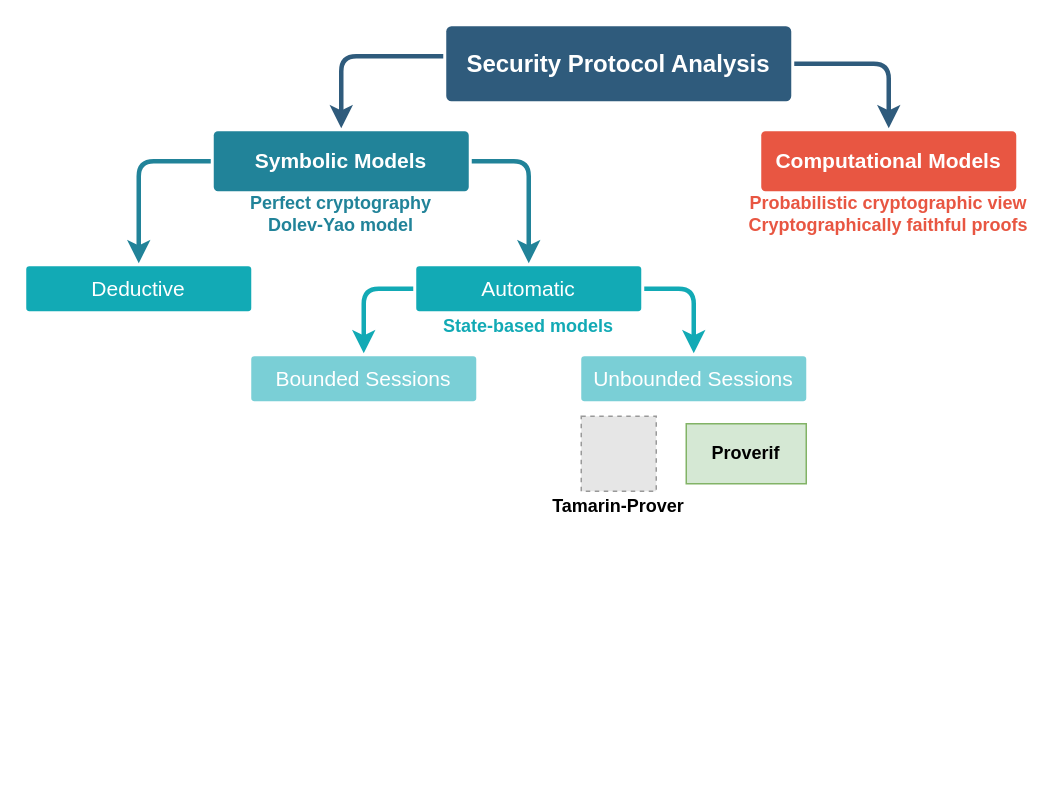
The draw.io diagram images_source/symbolic-computational-model.drawio in AlessandroZanatta/Bachelor-Thesis, before the edit. Source tidied: cells renumbered, new cells numbered last; positions are measured from the earlier drawing's top-left corner, leaving out a move shared by most shapes. Both pictures are drawn from the tidied source at 150%, with x=0, y=0 at pixel (26, 26). Pictures stored in the file or linked from it are replaced by grey dashed boxes.
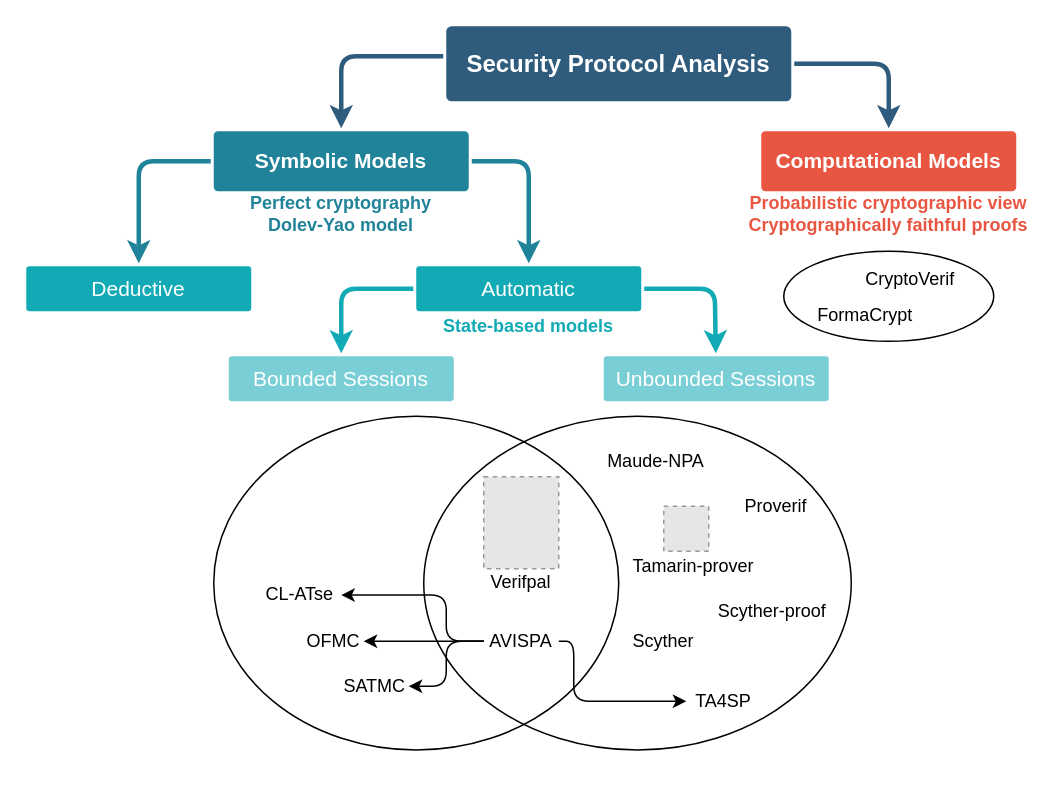
After the change.

Commit message (it also covers changes not shown here):
Modified chapters order, modified figure 2.1, started writing description of MTProto2.0 (authorization protocol rounds)

Unchanged cells that the change refers to:
```xml
<mxCell id="8" value="Automatic" style="rounded=1;whiteSpace=wrap;html=1;shadow=0;labelBackgroundColor=none;strokeColor=none;strokeWidth=3;fontFamily=Helvetica;fontSize=14;fontColor=#FFFFFF;align=center;spacing=5;fontStyle=0;arcSize=7;perimeterSpacing=2;fillColor=#12AAB5;" parent="1" vertex="1">
  <mxGeometry x="260" y="160" width="150" height="30" as="geometry" />
</mxCell>
<mxCell id="10" value="Computational Models" style="rounded=1;whiteSpace=wrap;html=1;shadow=0;labelBackgroundColor=none;strokeColor=none;strokeWidth=3;fontFamily=Helvetica;fontSize=14;fontColor=#FFFFFF;align=center;spacing=5;fontStyle=1;arcSize=7;perimeterSpacing=2;fillColor=#E85642;" parent="1" vertex="1">
  <mxGeometry x="490" y="70" width="170" height="40" as="geometry" />
</mxCell>
```

What changed in the source:
```diff
@@
+    <mxCell id="21" style="edgeStyle=orthogonalEdgeStyle;jettySize=auto;html=1;exitX=0;exitY=0.5;exitDx=0;exitDy=0;entryX=1;entryY=0.5;entryDx=0;entryDy=0;fontSize=10;curved=1;strokeColor=none;" parent="1" edge="1" source="10">
+      <mxGeometry relative="1" as="geometry">
+        <mxPoint x="457.5" y="75" as="targetPoint" />
+        <Array as="points">
+          <mxPoint x="475" y="90" />
+          <mxPoint x="475" y="75" />
+        </Array>
+      </mxGeometry>
+    </mxCell>
@@
     <mxCell id="13" style="edgeStyle=none;rounded=1;jumpStyle=none;html=1;shadow=0;labelBackgroundColor=none;startArrow=none;startFill=0;jettySize=auto;strokeWidth=3;fontFamily=Helvetica;fontSize=14;fontColor=#FFFFFF;spacing=5;fontStyle=1;fillColor=#b0e3e6;exitX=1;exitY=0.5;exitDx=0;exitDy=0;strokeColor=#12AAB5;" parent="1" edge="1" source="8" target="14">
       <mxGeometry relative="1" as="geometry">
         <Array as="points">
-          <mxPoint x="445" y="175" />
+          <mxPoint x="459" y="175" />
         </Array>
       </mxGeometry>
     </mxCell>
     <mxCell id="14" value="Unbounded Sessions" style="rounded=1;whiteSpace=wrap;html=1;shadow=0;labelBackgroundColor=none;strokeColor=none;strokeWidth=3;fontFamily=Helvetica;fontSize=14;fontColor=#FFFFFF;align=center;spacing=5;fontStyle=0;arcSize=7;perimeterSpacing=2;fillColor=#7ACFD6;" parent="1" vertex="1">
-      <mxGeometry x="370" y="220" width="150" height="30" as="geometry" />
+      <mxGeometry x="385" y="220" width="150" height="30" as="geometry" />
     </mxCell>
     <mxCell id="15" style="edgeStyle=none;rounded=1;jumpStyle=none;html=1;shadow=0;labelBackgroundColor=none;startArrow=none;startFill=0;jettySize=auto;strokeWidth=3;fontFamily=Helvetica;fontSize=14;fontColor=#FFFFFF;spacing=5;fontStyle=1;fillColor=#b0e3e6;exitX=0;exitY=0.5;exitDx=0;exitDy=0;strokeColor=#12AAB5;" parent="1" edge="1" source="8" target="16">
       <mxGeometry relative="1" as="geometry">
         <Array as="points">
-          <mxPoint x="225" y="175" />
+          <mxPoint x="210" y="175" />
         </Array>
       </mxGeometry>
     </mxCell>
     <mxCell id="16" value="Bounded Sessions" style="rounded=1;whiteSpace=wrap;html=1;shadow=0;labelBackgroundColor=none;strokeColor=none;strokeWidth=3;fontFamily=Helvetica;fontSize=14;fontColor=#FFFFFF;align=center;spacing=5;fontStyle=0;arcSize=7;perimeterSpacing=2;fillColor=#7ACFD6;" parent="1" vertex="1">
-      <mxGeometry x="150" y="220" width="150" height="30" as="geometry" />
+      <mxGeometry x="135" y="220" width="150" height="30" as="geometry" />
     </mxCell>
+    <mxCell id="18" value="State-based models" style="text;html=1;align=center;verticalAlign=middle;whiteSpace=wrap;rounded=0;fontStyle=1;fontColor=#12AAB5;" parent="1" vertex="1">
+      <mxGeometry x="245" y="190" width="180" height="20" as="geometry" />
+    </mxCell>
+    <mxCell id="22" style="group;fillColor=none;fontStyle=0;fontSize=12;" parent="1" vertex="1">
+      <mxGeometry x="505" y="150" width="140" height="60" as="geometry" />
+    </mxCell>
+    <mxCell id="23" style="ellipse;whiteSpace=wrap;html=1;fontSize=12;fillColor=none;fontStyle=0;" parent="22" vertex="1">
+      <mxGeometry width="140" height="60" as="geometry" />
+    </mxCell>
+    <mxCell id="24" value="&lt;div style=&quot;font-size: 12px;&quot;&gt;CryptoVerif&lt;/div&gt;" style="text;html=1;strokeColor=none;fillColor=none;align=center;verticalAlign=middle;whiteSpace=wrap;rounded=0;fontSize=12;fontStyle=0;" parent="22" vertex="1">
+      <mxGeometry x="60" y="10" width="49.4" height="17.1" as="geometry" />
+    </mxCell>
+    <mxCell id="25" value="FormaCrypt" style="text;html=1;strokeColor=none;fillColor=none;align=center;verticalAlign=middle;whiteSpace=wrap;rounded=0;fontSize=12;fontStyle=0;" parent="22" vertex="1">
+      <mxGeometry x="30" y="34.3" width="49.4" height="17.1" as="geometry" />
+    </mxCell>
+    <mxCell id="26" style="group;fontSize=13;fontStyle=0;" parent="1" vertex="1">
+      <mxGeometry x="115" y="260" width="435" height="230" as="geometry" />
+    </mxCell>
+    <mxCell id="27" style="ellipse;whiteSpace=wrap;html=1;fontSize=12;fillColor=none;fontStyle=0;" parent="26" vertex="1">
+      <mxGeometry x="10" width="270" height="222.5" as="geometry" />
+    </mxCell>
+    <mxCell id="28" style="ellipse;whiteSpace=wrap;html=1;fontSize=12;fillColor=none;fontStyle=0;" parent="26" vertex="1">
+      <mxGeometry x="150" width="285" height="222.5" as="geometry" />
+    </mxCell>
+    <mxCell id="29" value="&lt;div style=&quot;font-size: 12px;&quot;&gt;Scyther&lt;/div&gt;" style="text;html=1;align=center;verticalAlign=middle;whiteSpace=wrap;rounded=0;fontStyle=0;fontSize=12;" parent="26" vertex="1">
+      <mxGeometry x="270" y="140" width="80" height="20" as="geometry" />
+    </mxCell>
+    <mxCell id="30" value="Maude-NPA" style="text;html=1;align=center;verticalAlign=middle;whiteSpace=wrap;rounded=0;fontStyle=0;fontSize=12;" parent="26" vertex="1">
+      <mxGeometry x="265" y="20" width="80" height="20" as="geometry" />
+    </mxCell>
+    <mxCell id="20" value="&lt;div style=&quot;font-size: 12px;&quot;&gt;Proverif&lt;/div&gt;" style="text;html=1;align=center;verticalAlign=middle;whiteSpace=wrap;rounded=0;fontStyle=0;fontSize=12;" parent="26" vertex="1">
+      <mxGeometry x="345" y="50" width="80" height="20" as="geometry" />
+    </mxCell>
+    <mxCell id="31" style="group;fontSize=12;fontStyle=0;" parent="26" vertex="1">
+      <mxGeometry x="285" y="50" width="90" height="60" as="geometry" />
+    </mxCell>
-    <mxCell id="17" style="fillColor=#E6E6E6;strokeColor=#999999;dashed=1;verticalLabelPosition=bottom;verticalAlign=top;fontColor=#000000;html=1;" parent="1" vertex="1">
-      <mxGeometry x="370" y="260" width="50" height="50" as="geometry" />
+    <mxCell id="17" style="fillColor=#E6E6E6;strokeColor=#999999;dashed=1;verticalLabelPosition=bottom;verticalAlign=top;fontColor=#000000;html=1;fontSize=12;fontStyle=0;" parent="31" vertex="1">
+      <mxGeometry x="25" y="10" width="30" height="30" as="geometry" />
     </mxCell>
-    <mxCell id="18" value="State-based models" style="text;html=1;align=center;verticalAlign=middle;whiteSpace=wrap;rounded=0;fontStyle=1;fontColor=#12AAB5;" parent="1" vertex="1">
-      <mxGeometry x="245" y="190" width="180" height="20" as="geometry" />
-    </mxCell>
-    <mxCell id="19" value="Tamarin-Prover" style="text;html=1;align=center;verticalAlign=middle;whiteSpace=wrap;rounded=0;fontStyle=1;" parent="1" vertex="1">
-      <mxGeometry x="350" y="310" width="90" height="20" as="geometry" />
+    <mxCell id="19" value="&lt;div style=&quot;font-size: 12px;&quot;&gt;Tamarin-prover&lt;/div&gt;" style="text;html=1;align=center;verticalAlign=middle;whiteSpace=wrap;rounded=0;fontStyle=0;fontSize=12;" parent="31" vertex="1">
+      <mxGeometry y="40" width="90" height="20" as="geometry" />
     </mxCell>
-    <mxCell id="20" value="&lt;div&gt;Proverif&lt;/div&gt;" style="html=1;whiteSpace=wrap;fontStyle=1;fillColor=#d5e8d4;strokeColor=#82b366;" parent="1" vertex="1">
-      <mxGeometry x="440" y="265" width="80" height="40" as="geometry" />
-    </mxCell>
+    <mxCell id="32" value="&lt;div style=&quot;font-size: 12px;&quot;&gt;Scyther-proof&lt;/div&gt;" style="text;html=1;align=center;verticalAlign=middle;whiteSpace=wrap;rounded=0;fontStyle=0;fontSize=12;" parent="26" vertex="1">
+      <mxGeometry x="340" y="120" width="85" height="20" as="geometry" />
+    </mxCell>
+    <mxCell id="33" value="&lt;span style=&quot;font-size: 12px;&quot;&gt;AVISPA&lt;/span&gt;" style="text;html=1;strokeColor=none;fillColor=none;align=center;verticalAlign=middle;whiteSpace=wrap;rounded=0;fontSize=12;fontStyle=0;" parent="26" vertex="1">
+      <mxGeometry x="190" y="140" width="50" height="20" as="geometry" />
+    </mxCell>
+    <mxCell id="34" value="SATMC" style="text;html=1;align=center;verticalAlign=middle;whiteSpace=wrap;rounded=0;fontStyle=0;fontSize=12;" parent="26" vertex="1">
+      <mxGeometry x="95" y="170" width="45" height="20" as="geometry" />
+    </mxCell>
+    <mxCell id="35" style="edgeStyle=orthogonalEdgeStyle;rounded=1;jettySize=auto;html=1;exitX=0;exitY=0.5;exitDx=0;exitDy=0;entryX=1;entryY=0.5;entryDx=0;entryDy=0;fontSize=12;strokeColor=#000000;fontStyle=0;" parent="26" edge="1" source="33" target="34">
+      <mxGeometry y="-20" as="geometry" />
+    </mxCell>
+    <mxCell id="36" value="&lt;div style=&quot;font-size: 12px;&quot;&gt;OFMC&lt;/div&gt;" style="text;html=1;align=center;verticalAlign=middle;whiteSpace=wrap;rounded=0;fontStyle=0;fontSize=12;" parent="26" vertex="1">
+      <mxGeometry x="70" y="140" width="40" height="20" as="geometry" />
+    </mxCell>
+    <mxCell id="37" style="edgeStyle=orthogonalEdgeStyle;rounded=1;jettySize=auto;html=1;exitX=0;exitY=0.5;exitDx=0;exitDy=0;entryX=1;entryY=0.5;entryDx=0;entryDy=0;fontSize=12;strokeColor=#000000;fontStyle=0;" parent="26" edge="1" source="33" target="36">
+      <mxGeometry y="-20" as="geometry" />
+    </mxCell>
+    <mxCell id="38" value="&lt;font style=&quot;font-size: 12px;&quot; face=&quot;Helvetica, Arial, sans-serif&quot;&gt;      &lt;span style=&quot;font-size: 12px;&quot;&gt;&lt;span style=&quot;font-size: 12px;&quot;&gt;CL-ATse&lt;/span&gt;&lt;/span&gt;&lt;/font&gt;" style="text;html=1;align=center;verticalAlign=middle;whiteSpace=wrap;rounded=0;fontStyle=0;fontSize=12;" parent="26" vertex="1">
+      <mxGeometry x="40" y="109.2" width="55" height="20" as="geometry" />
+    </mxCell>
+    <mxCell id="39" style="edgeStyle=orthogonalEdgeStyle;rounded=1;jettySize=auto;html=1;exitX=0;exitY=0.5;exitDx=0;exitDy=0;entryX=1;entryY=0.5;entryDx=0;entryDy=0;fontSize=12;strokeColor=#000000;fontStyle=0;" parent="26" edge="1" source="33" target="38">
+      <mxGeometry y="-20" as="geometry">
+        <Array as="points">
+          <mxPoint x="165" y="150" />
+          <mxPoint x="165" y="120" />
+        </Array>
+      </mxGeometry>
+    </mxCell>
+    <mxCell id="40" style="edgeStyle=orthogonalEdgeStyle;jettySize=auto;html=1;exitX=1;exitY=0.5;exitDx=0;exitDy=0;entryX=0;entryY=0.5;entryDx=0;entryDy=0;fontSize=12;rounded=1;fontStyle=0;" parent="26" edge="1" source="33" target="44">
+      <mxGeometry y="-20" as="geometry">
+        <Array as="points">
+          <mxPoint x="250" y="150" />
+          <mxPoint x="250" y="190" />
+        </Array>
+      </mxGeometry>
+    </mxCell>
+    <mxCell id="41" style="group;fontSize=12;fontStyle=0;" parent="26" vertex="1">
+      <mxGeometry x="190" y="40.4" width="50" height="79.2" as="geometry" />
+    </mxCell>
+    <mxCell id="42" style="fillColor=#E6E6E6;strokeColor=#999999;dashed=1;verticalLabelPosition=bottom;verticalAlign=top;fontSize=12;fontStyle=0;" parent="41" vertex="1">
+      <mxGeometry width="50" height="61.2" as="geometry" />
+    </mxCell>
+    <mxCell id="43" value="Verifpal" style="text;html=1;align=center;verticalAlign=middle;whiteSpace=wrap;rounded=0;fontStyle=0;fontSize=12;" parent="41" vertex="1">
+      <mxGeometry x="5" y="61.2" width="40" height="18" as="geometry" />
+    </mxCell>
+    <mxCell id="44" value="&lt;font style=&quot;font-size: 12px;&quot; face=&quot;Helvetica, Arial, sans-serif&quot;&gt;&lt;span style=&quot;font-size: 12px;&quot;&gt;&lt;span style=&quot;font-size: 12px;&quot;&gt;TA4SP&lt;/span&gt;&lt;/span&gt;&lt;/font&gt;" style="text;html=1;align=center;verticalAlign=middle;whiteSpace=wrap;rounded=0;fontStyle=0;fontSize=12;" parent="26" vertex="1">
+      <mxGeometry x="325" y="180" width="50" height="20" as="geometry" />
+    </mxCell>
```
